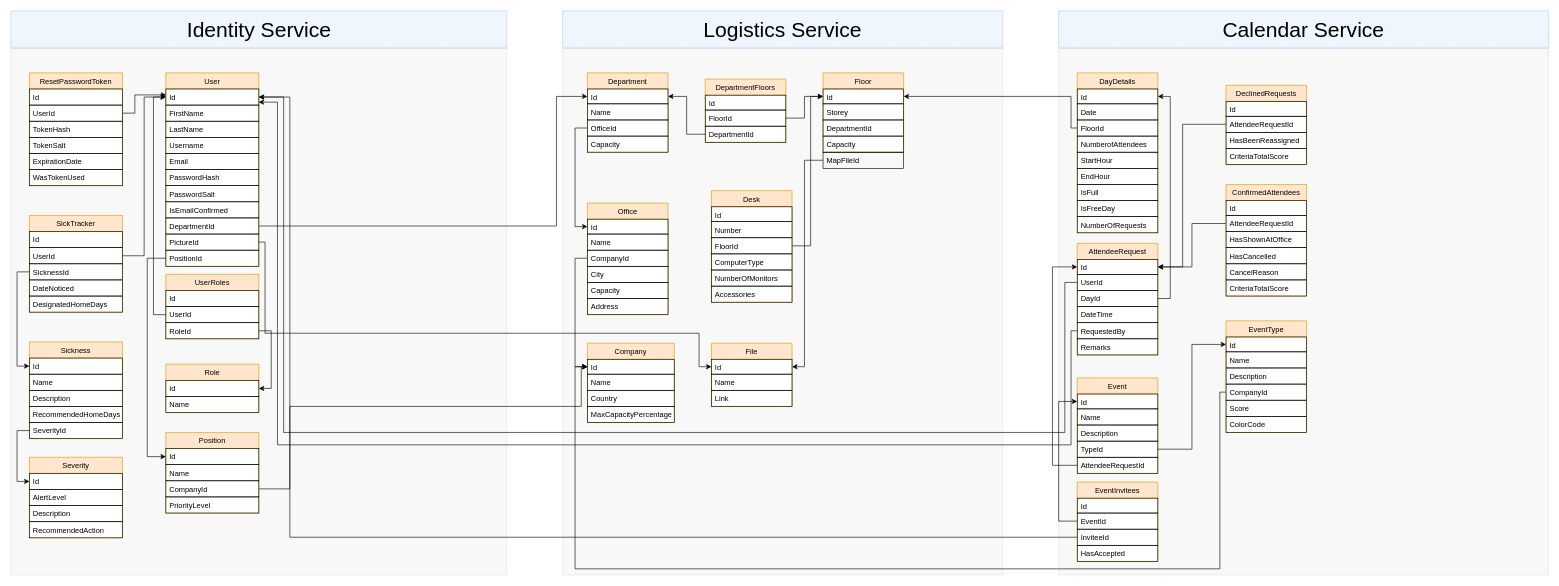
Above: Koala DB.drawio in dariusmunteanu/Diagrams (draw.io), before the change. Source tidied: cells renumbered, new cells numbered last; positions are measured from the earlier drawing's top-left corner, leaving out a move shared by most shapes. Both pictures are drawn from the tidied source at 62%, with x=0, y=0 at pixel (11, 11).
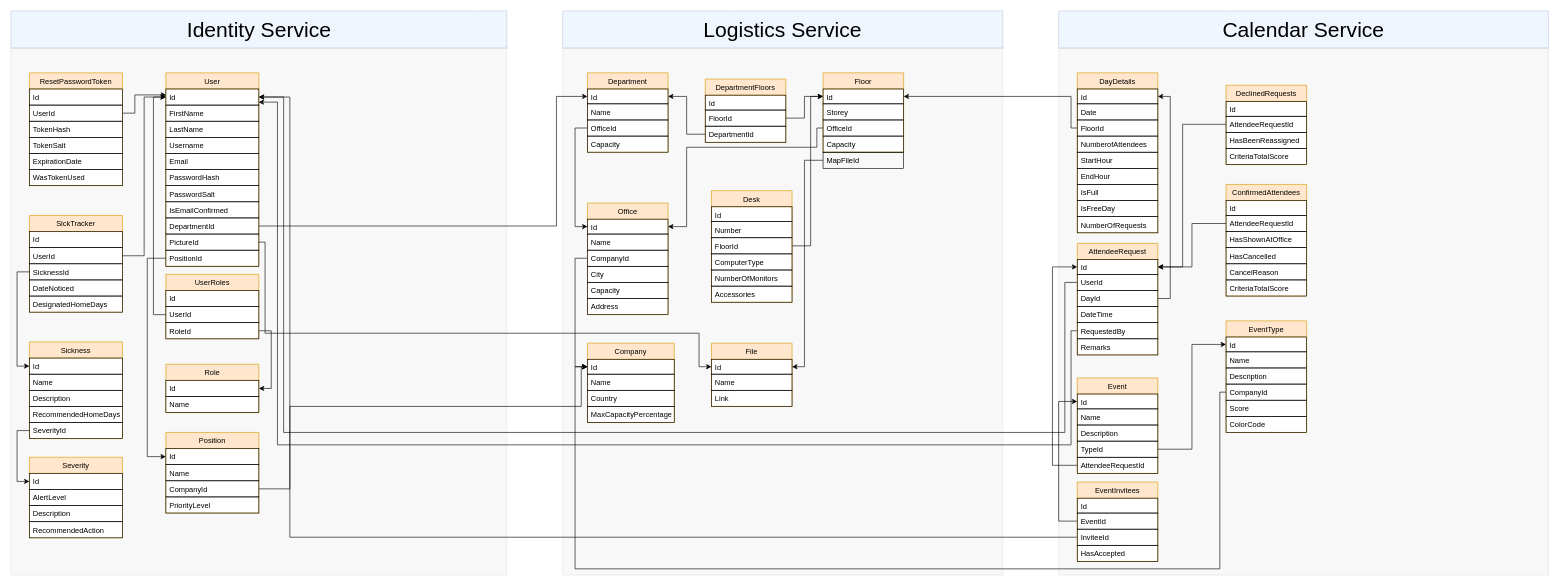
Above is the later version.

The change refers to these unchanged cells:
```xml
<mxCell id="52" value="Id" style="text;fillColor=none;align=left;verticalAlign=top;spacingLeft=4;spacingRight=4;overflow=hidden;points=[[0,0.5],[1,0.5]];portConstraint=eastwest;strokeColor=#000000;" parent="51" vertex="1">
  <mxGeometry y="26" width="130" height="24" as="geometry" />
</mxCell>
<mxCell id="131" value="Floor" style="swimlane;fontStyle=0;horizontal=1;startSize=26;fillColor=#ffe6cc;swimlaneFillColor=#ffffff;rounded=0;strokeColor=#d79b00;" parent="1" vertex="1">
  <mxGeometry x="1310" y="100" width="130" height="128" as="geometry" />
</mxCell>
```

The edit, as a diff of the source:
```diff
@@
-    <mxCell id="134" value="DepartmentId" style="text;fillColor=none;align=left;verticalAlign=top;spacingLeft=4;spacingRight=4;overflow=hidden;points=[[0,0.5],[1,0.5]];portConstraint=eastwest;strokeColor=#000000;" parent="131" vertex="1">
+    <mxCell id="134" value="OfficeId" style="text;fillColor=none;align=left;verticalAlign=top;spacingLeft=4;spacingRight=4;overflow=hidden;points=[[0,0.5],[1,0.5]];portConstraint=eastwest;strokeColor=#000000;" parent="131" vertex="1">
       <mxGeometry y="76" width="130" height="26" as="geometry" />
     </mxCell>
@@
+    <mxCell id="171" style="edgeStyle=orthogonalEdgeStyle;rounded=0;jettySize=auto;html=1;entryX=1;entryY=0.5;entryDx=0;entryDy=0;" parent="1" edge="1" source="134" target="52">
+      <mxGeometry relative="1" as="geometry">
+        <Array as="points">
+          <mxPoint x="1300" y="189" />
+          <mxPoint x="1300" y="220" />
+          <mxPoint x="1090" y="220" />
+          <mxPoint x="1090" y="348" />
+        </Array>
+      </mxGeometry>
+    </mxCell>
```
